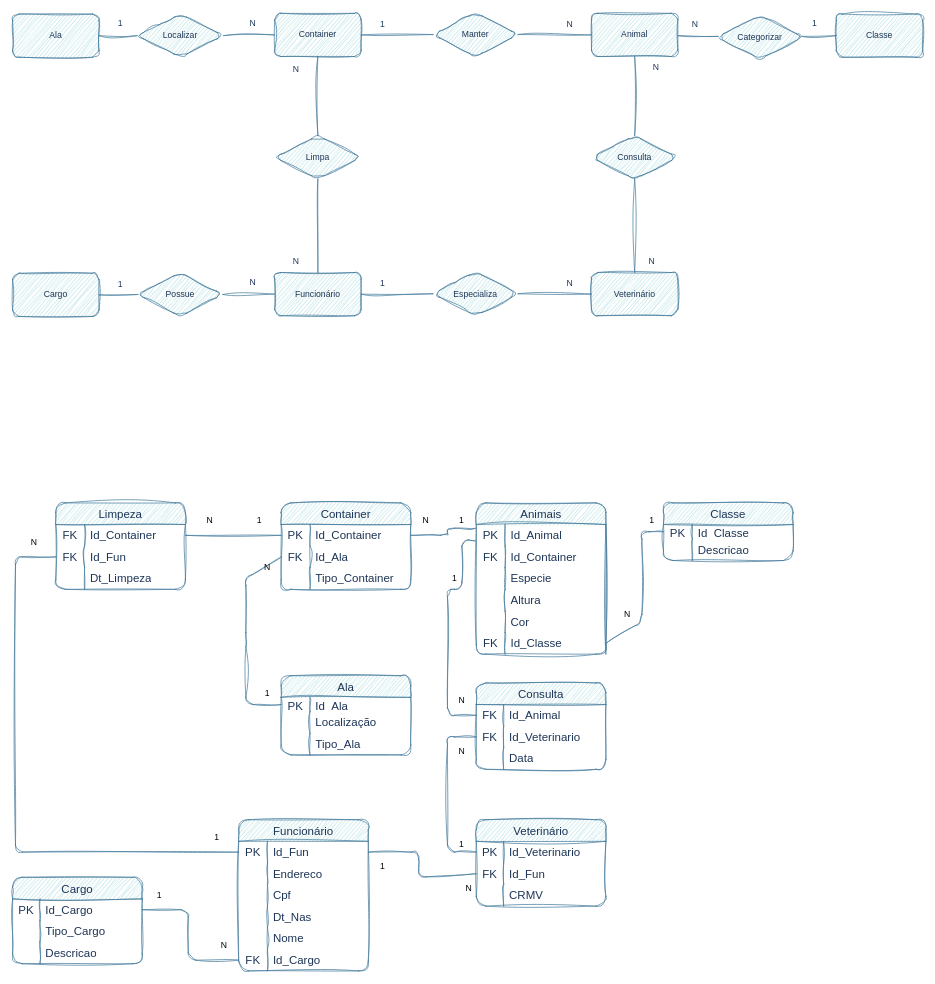
Above: ETEC/DB/Atvs/Diagrama sem nome.drawio in Endrigogustavo/2Ano-ETEC (draw.io), before the change. Source tidied: cells renumbered, new cells numbered last; positions are measured from the earlier drawing's top-left corner, leaving out a move shared by most shapes. Both pictures are drawn from the tidied source at 72%, with x=0, y=0 at pixel (12, 12).
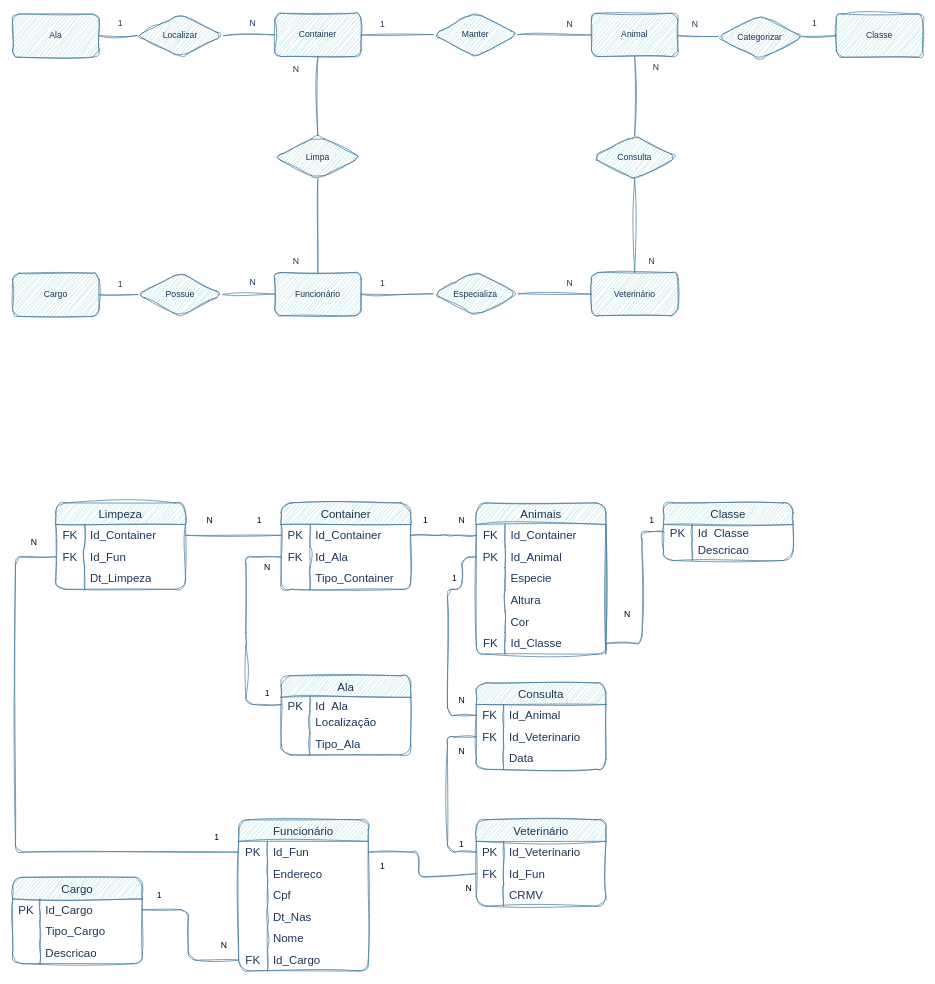
Above is the later version.

The change refers to these unchanged cells:
```xml
<mxCell id="19" style="shape=tableRow;horizontal=0;startSize=0;swimlaneHead=0;swimlaneBody=0;top=0;left=0;bottom=0;right=0;fillColor=none;points=[[0,0.5],[1,0.5]];portConstraint=eastwest;strokeColor=#457B9D;fontSize=16;rounded=1;sketch=1;curveFitting=1;jiggle=2;labelBackgroundColor=none;fontColor=#1D3557;" parent="18" vertex="1">
  <mxGeometry y="30" width="180" height="30" as="geometry" />
</mxCell>
<mxCell id="22" style="shape=tableRow;horizontal=0;startSize=0;swimlaneHead=0;swimlaneBody=0;top=0;left=0;bottom=0;right=0;fillColor=none;points=[[0,0.5],[1,0.5]];portConstraint=eastwest;strokeColor=#457B9D;fontSize=16;rounded=1;sketch=1;curveFitting=1;jiggle=2;labelBackgroundColor=none;fontColor=#1D3557;" parent="18" vertex="1">
  <mxGeometry y="60" width="180" height="30" as="geometry" />
</mxCell>
<mxCell id="34" style="shape=tableRow;horizontal=0;startSize=0;swimlaneHead=0;swimlaneBody=0;top=0;left=0;bottom=0;right=0;fillColor=none;points=[[0,0.5],[1,0.5]];portConstraint=eastwest;strokeColor=#457B9D;fontSize=16;rounded=1;sketch=1;curveFitting=1;jiggle=2;labelBackgroundColor=none;fontColor=#1D3557;" parent="18" vertex="1">
  <mxGeometry y="180" width="180" height="30" as="geometry" />
</mxCell>
<mxCell id="39" style="shape=tableRow;horizontal=0;startSize=0;swimlaneHead=0;swimlaneBody=0;top=0;left=0;bottom=0;right=0;fillColor=none;points=[[0,0.5],[1,0.5]];portConstraint=eastwest;strokeColor=#457B9D;fontSize=16;rounded=1;sketch=1;curveFitting=1;jiggle=2;labelBackgroundColor=none;fontColor=#1D3557;" parent="38" vertex="1">
  <mxGeometry y="30" width="180" height="30" as="geometry" />
</mxCell>
<mxCell id="42" style="shape=tableRow;horizontal=0;startSize=0;swimlaneHead=0;swimlaneBody=0;top=0;left=0;bottom=0;right=0;fillColor=none;points=[[0,0.5],[1,0.5]];portConstraint=eastwest;strokeColor=#457B9D;fontSize=16;rounded=1;sketch=1;curveFitting=1;jiggle=2;labelBackgroundColor=none;fontColor=#1D3557;" parent="38" vertex="1">
  <mxGeometry y="60" width="180" height="30" as="geometry" />
</mxCell>
<mxCell id="49" style="shape=tableRow;horizontal=0;startSize=0;swimlaneHead=0;swimlaneBody=0;top=0;left=0;bottom=0;right=0;fillColor=none;points=[[0,0.5],[1,0.5]];portConstraint=eastwest;strokeColor=#457B9D;fontSize=16;rounded=1;sketch=1;curveFitting=1;jiggle=2;labelBackgroundColor=none;fontColor=#1D3557;" parent="48" vertex="1">
  <mxGeometry y="30" width="180" height="20" as="geometry" />
</mxCell>
<mxCell id="61" style="shape=tableRow;horizontal=0;startSize=0;swimlaneHead=0;swimlaneBody=0;top=0;left=0;bottom=0;right=0;fillColor=none;points=[[0,0.5],[1,0.5]];portConstraint=eastwest;strokeColor=#457B9D;fontSize=16;rounded=1;sketch=1;curveFitting=1;jiggle=2;labelBackgroundColor=none;fontColor=#1D3557;" parent="60" vertex="1">
  <mxGeometry y="30" width="180" height="20" as="geometry" />
</mxCell>
<mxCell id="137" style="shape=tableRow;horizontal=0;startSize=0;swimlaneHead=0;swimlaneBody=0;top=0;left=0;bottom=0;right=0;fillColor=none;points=[[0,0.5],[1,0.5]];portConstraint=eastwest;strokeColor=#457B9D;fontSize=16;rounded=1;sketch=1;curveFitting=1;jiggle=2;labelBackgroundColor=none;fontColor=#1D3557;" parent="136" vertex="1">
  <mxGeometry y="30" width="180" height="30" as="geometry" />
</mxCell>
```

What changed in the source:
```diff
@@
-    <mxCell id="20" value="PK" style="shape=partialRectangle;html=1;whiteSpace=wrap;fillColor=none;top=0;left=0;bottom=0;right=0;overflow=hidden;strokeColor=#457B9D;fontSize=16;rounded=1;sketch=1;curveFitting=1;jiggle=2;labelBackgroundColor=none;fontColor=#1D3557;" parent="19" vertex="1">
+    <mxCell id="20" value="FK" style="shape=partialRectangle;html=1;whiteSpace=wrap;fillColor=none;top=0;left=0;bottom=0;right=0;overflow=hidden;strokeColor=#457B9D;fontSize=16;rounded=1;sketch=1;curveFitting=1;jiggle=2;labelBackgroundColor=none;fontColor=#1D3557;" parent="19" vertex="1">
       <mxGeometry width="40" height="30" as="geometry" />
     </mxCell>
-    <mxCell id="21" value="Id_Animal" style="shape=partialRectangle;html=1;whiteSpace=wrap;fillColor=none;top=0;left=0;bottom=0;right=0;align=left;spacingLeft=6;overflow=hidden;strokeColor=#457B9D;fontSize=16;rounded=1;sketch=1;curveFitting=1;jiggle=2;labelBackgroundColor=none;fontColor=#1D3557;" parent="19" vertex="1">
+    <mxCell id="21" value="Id_Container" style="shape=partialRectangle;html=1;whiteSpace=wrap;fillColor=none;top=0;left=0;bottom=0;right=0;align=left;spacingLeft=6;overflow=hidden;strokeColor=#457B9D;fontSize=16;rounded=1;sketch=1;curveFitting=1;jiggle=2;labelBackgroundColor=none;fontColor=#1D3557;" parent="19" vertex="1">
       <mxGeometry x="40" width="140" height="30" as="geometry" />
     </mxCell>
@@
-    <mxCell id="23" value="FK" style="shape=partialRectangle;html=1;whiteSpace=wrap;fillColor=none;top=0;left=0;bottom=0;right=0;overflow=hidden;strokeColor=#457B9D;fontSize=16;rounded=1;sketch=1;curveFitting=1;jiggle=2;labelBackgroundColor=none;fontColor=#1D3557;" parent="22" vertex="1">
+    <mxCell id="23" value="PK" style="shape=partialRectangle;html=1;whiteSpace=wrap;fillColor=none;top=0;left=0;bottom=0;right=0;overflow=hidden;strokeColor=#457B9D;fontSize=16;rounded=1;sketch=1;curveFitting=1;jiggle=2;labelBackgroundColor=none;fontColor=#1D3557;" parent="22" vertex="1">
       <mxGeometry width="40" height="30" as="geometry" />
     </mxCell>
-    <mxCell id="24" value="Id_Container" style="shape=partialRectangle;html=1;whiteSpace=wrap;fillColor=none;top=0;left=0;bottom=0;right=0;align=left;spacingLeft=6;overflow=hidden;strokeColor=#457B9D;fontSize=16;rounded=1;sketch=1;curveFitting=1;jiggle=2;labelBackgroundColor=none;fontColor=#1D3557;" parent="22" vertex="1">
+    <mxCell id="24" value="Id_Animal" style="shape=partialRectangle;html=1;whiteSpace=wrap;fillColor=none;top=0;left=0;bottom=0;right=0;align=left;spacingLeft=6;overflow=hidden;strokeColor=#457B9D;fontSize=16;rounded=1;sketch=1;curveFitting=1;jiggle=2;labelBackgroundColor=none;fontColor=#1D3557;" parent="22" vertex="1">
       <mxGeometry x="40" width="140" height="30" as="geometry" />
     </mxCell>
@@
-    <mxCell id="58" style="endArrow=none;html=1;rounded=1;exitX=-0.007;exitY=0.177;exitDx=0;exitDy=0;entryX=1;entryY=0.5;entryDx=0;entryDy=0;sketch=1;curveFitting=1;jiggle=2;labelBackgroundColor=none;strokeColor=#457B9D;fontColor=default;exitPerimeter=0;" parent="1" edge="1" source="19" target="39">
+    <mxCell id="58" style="endArrow=none;html=1;rounded=1;exitX=0;exitY=0.5;exitDx=0;exitDy=0;entryX=1;entryY=0.5;entryDx=0;entryDy=0;sketch=1;curveFitting=1;jiggle=2;labelBackgroundColor=none;strokeColor=#457B9D;fontColor=default;" parent="1" edge="1" source="19" target="39">
       <mxGeometry relative="1" as="geometry">
         <Array as="points">
-          <mxPoint x="604" y="716" />
           <mxPoint x="604" y="726" />
         </Array>
       </mxGeometry>
     </mxCell>
     <mxCell id="59" style="endArrow=none;html=1;rounded=1;exitX=0;exitY=0.5;exitDx=0;exitDy=0;entryX=0;entryY=0.5;entryDx=0;entryDy=0;sketch=1;curveFitting=1;jiggle=2;labelBackgroundColor=none;strokeColor=#457B9D;fontColor=default;" parent="1" edge="1" source="42" target="49">
       <mxGeometry relative="1" as="geometry">
         <Array as="points">
-          <mxPoint x="324" y="786" />
+          <mxPoint x="324" y="756" />
           <mxPoint x="324" y="871" />
           <mxPoint x="324" y="961" />
         </Array>
       </mxGeometry>
     </mxCell>
@@
     <mxCell id="93" style="endArrow=none;html=1;rounded=1;exitX=0;exitY=0.5;exitDx=0;exitDy=0;entryX=1;entryY=0.5;entryDx=0;entryDy=0;sketch=1;curveFitting=1;jiggle=2;labelBackgroundColor=none;strokeColor=#457B9D;fontColor=default;" parent="1" edge="1" source="61" target="34">
       <mxGeometry relative="1" as="geometry">
         <Array as="points">
           <mxPoint x="874" y="721" />
-          <mxPoint x="874" y="846" />
+          <mxPoint x="874" y="876" />
         </Array>
       </mxGeometry>
     </mxCell>
@@
-    <mxCell id="146" style="endArrow=none;html=1;rounded=1;exitX=-0.008;exitY=0.758;exitDx=0;exitDy=0;entryX=0;entryY=0.5;entryDx=0;entryDy=0;sketch=1;curveFitting=1;jiggle=2;labelBackgroundColor=none;strokeColor=#457B9D;fontColor=default;exitPerimeter=0;" parent="1" edge="1" source="19" target="137">
+    <mxCell id="146" style="endArrow=none;html=1;rounded=1;exitX=0;exitY=0.5;exitDx=0;exitDy=0;entryX=0;entryY=0.5;entryDx=0;entryDy=0;sketch=1;curveFitting=1;jiggle=2;labelBackgroundColor=none;strokeColor=#457B9D;fontColor=default;" parent="1" edge="1" source="22" target="137">
       <mxGeometry relative="1" as="geometry">
         <Array as="points">
-          <mxPoint x="624" y="731" />
+          <mxPoint x="624" y="756" />
           <mxPoint x="624" y="801" />
           <mxPoint x="604" y="801" />
           <mxPoint x="604" y="976" />
         </Array>
       </mxGeometry>
     </mxCell>
@@
     <mxCell id="163" value="N" style="text;html=1;strokeColor=none;fillColor=none;align=center;verticalAlign=middle;whiteSpace=wrap;rounded=0;" parent="1" vertex="1">
-      <mxGeometry x="544" y="691" width="60" height="30" as="geometry" />
+      <mxGeometry x="594" y="691" width="60" height="30" as="geometry" />
     </mxCell>
     <mxCell id="164" value="1" style="text;html=1;strokeColor=none;fillColor=none;align=center;verticalAlign=middle;whiteSpace=wrap;rounded=0;" parent="1" vertex="1">
-      <mxGeometry x="594" y="691" width="60" height="30" as="geometry" />
+      <mxGeometry x="544" y="691" width="60" height="30" as="geometry" />
     </mxCell>
```
